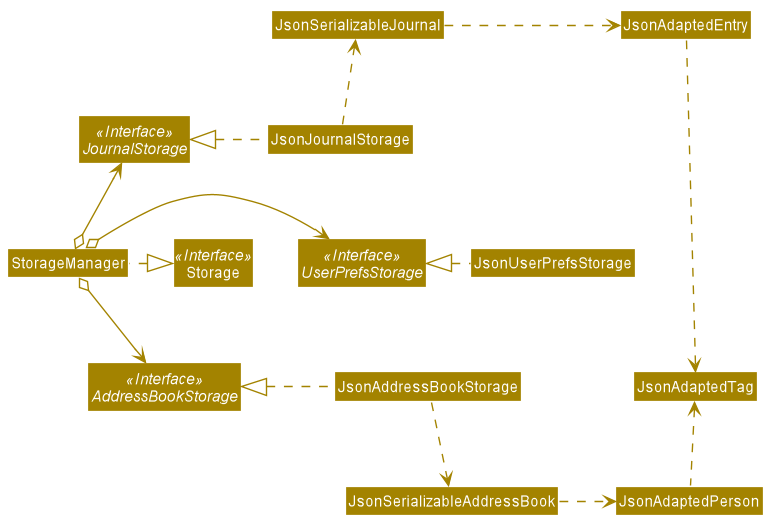
Before: docs/images/StorageClassDiagram.png, a diagram exported from PlantUML (zhXchD/tp).
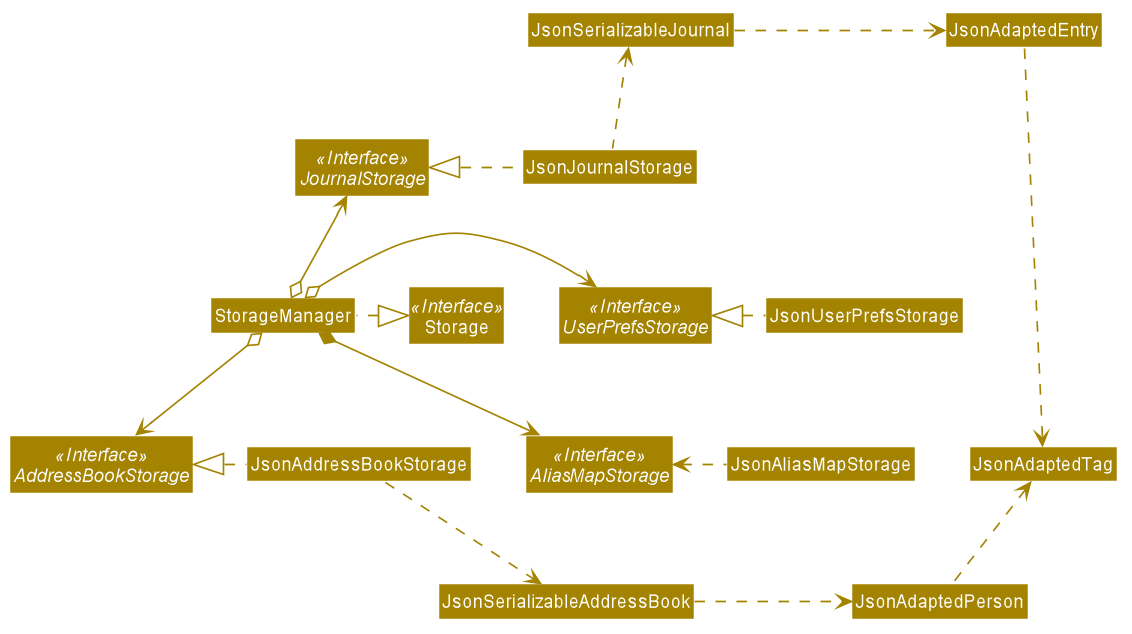
Later version of the same file.

Commit message:
Update diagram for model and storage

What changed in the source:
```diff
@@ -55,6 +55,7 @@
 Interface UserPrefsStorage <<Interface>>
 Interface AddressBookStorage <<Interface>>
 Interface JournalStorage <<Interface>>
+Interface AliasMapStorage <<Interface>>
 
 Class StorageManager
 Class JsonUserPrefsStorage
@@ -67,6 +68,7 @@
 StorageManager o-right-> UserPrefsStorage
 StorageManager o-up-> JournalStorage
 StorageManager o--> AddressBookStorage
+StorageManager *--> AliasMapStorage
 
 JsonUserPrefsStorage .left.|> UserPrefsStorage
 
@@ -74,7 +76,7 @@
 JsonJournalStorage .up.> JsonSerializableJournal
 JsonSerializableJournal .right.> JsonAdaptedEntry
 JsonAdaptedEntry ....> JsonAdaptedTag
-
+JsonAliasMapStorage ..left> AliasMapStorage
 
 JsonAddressBookStorage .left.|> AddressBookStorage
 JsonAddressBookStorage .down.> JsonSerializableAddressBook
```
